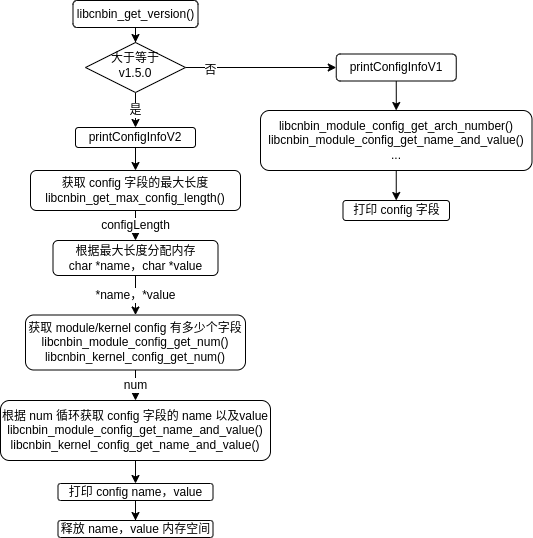
Before: get_config_info.drawio.png, a diagram exported from draw.io (liyp1120/draw.io). Source tidied: cells renumbered, new cells last; positions are measured from the earlier drawing's top-left corner, leaving out a move shared by most shapes.
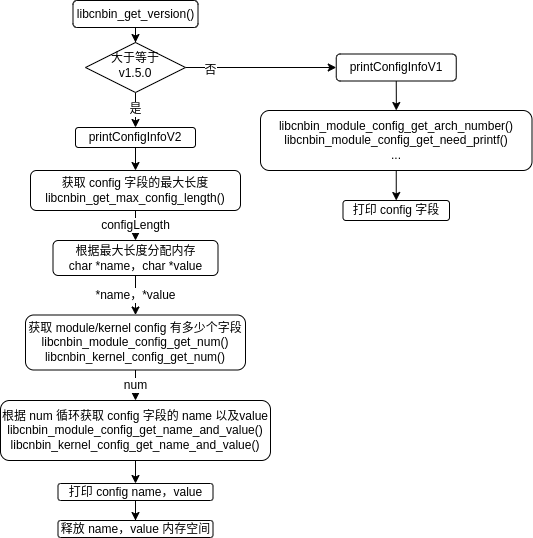
Above is the later version.

Diff of the diagram source:
```diff
@@ -32,7 +32,7 @@
     <mxCell id="11" style="edgeStyle=orthogonalEdgeStyle;rounded=0;jettySize=auto;html=1;exitX=0.5;exitY=1;exitDx=0;exitDy=0;entryX=0.5;entryY=0;entryDx=0;entryDy=0;" parent="1" edge="1" source="12" target="24">
       <mxGeometry relative="1" as="geometry" />
     </mxCell>
-    <mxCell id="12" value="libcnbin_module_config_get_arch_number()&lt;br&gt;libcnbin_module_config_get_name_and_value()&lt;br&gt;..." style="rounded=1;whiteSpace=wrap;html=1;fontSize=12;glass=0;strokeWidth=1;shadow=0;" parent="1" vertex="1">
+    <mxCell id="12" value="libcnbin_module_config_get_arch_number()&lt;br&gt;libcnbin_module_config_get_need_printf()&lt;br&gt;..." style="rounded=1;whiteSpace=wrap;html=1;fontSize=12;glass=0;strokeWidth=1;shadow=0;" parent="1" vertex="1">
       <mxGeometry x="260" y="110" width="271.5" height="60" as="geometry" />
     </mxCell>
     <mxCell id="13" style="edgeStyle=orthogonalEdgeStyle;rounded=0;jettySize=auto;html=1;entryX=0.5;entryY=0;entryDx=0;entryDy=0;" parent="1" edge="1" source="14" target="23">
```
